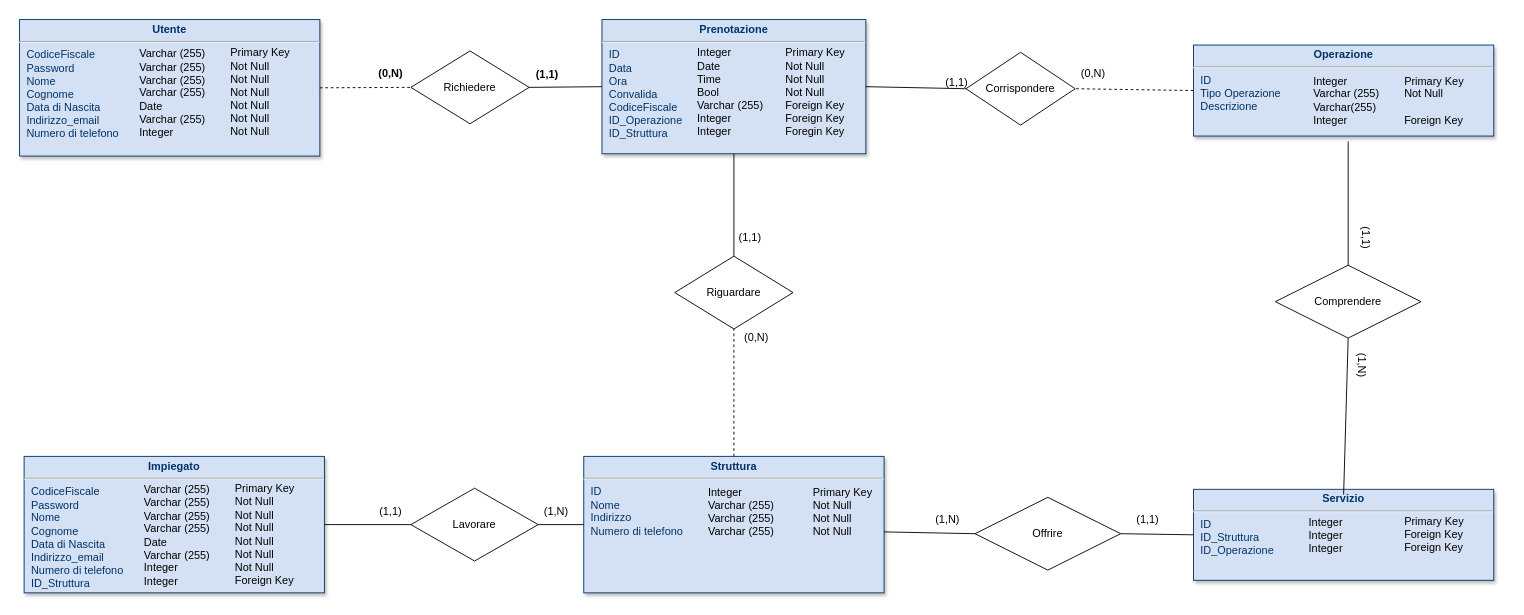
Earlier version of the draw.io diagram Documenti/SDD/DataBase/Database.drawio (Givaa/MedQueue). Source tidied: cells renumbered, new cells numbered last; positions are measured from the earlier drawing's top-left corner, leaving out a move shared by most shapes. Both pictures are drawn from the tidied source at 91%, with x=0, y=0 at pixel (19, 19).
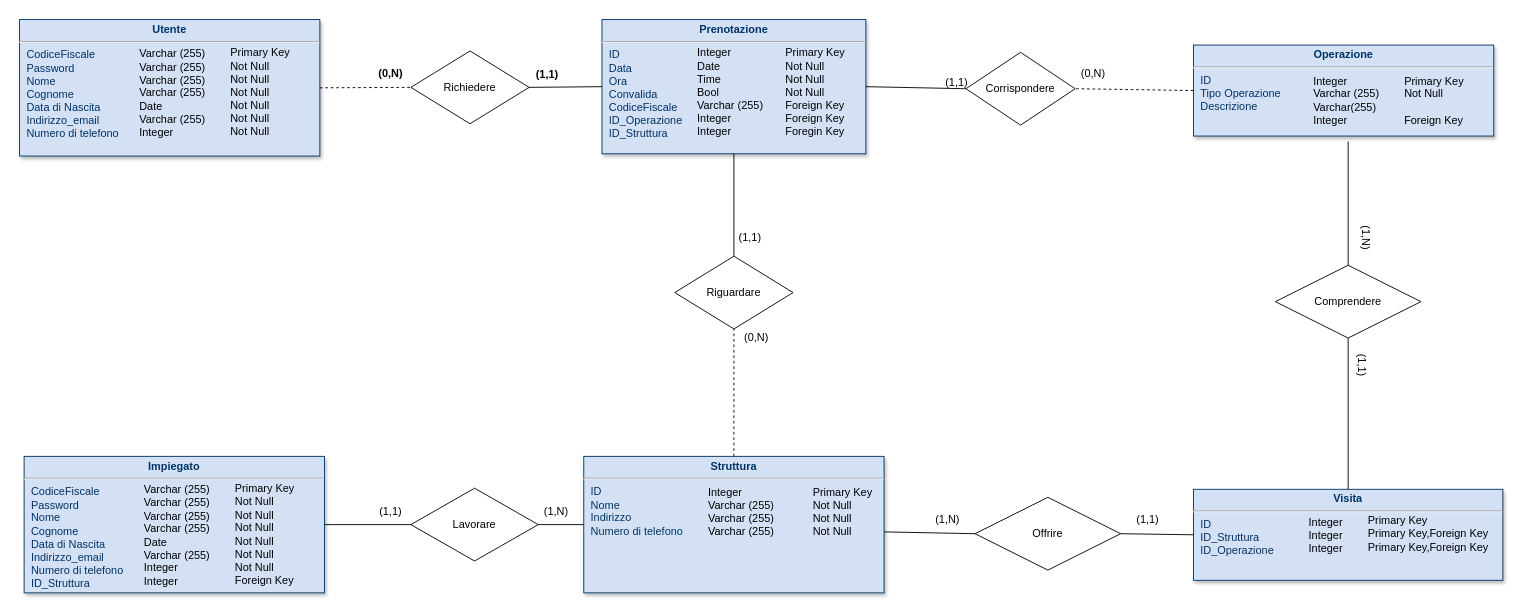
Above is the later version.

Unchanged cells that the change refers to:
```xml
<mxCell id="39" value="Integer&lt;br&gt;Integer&lt;br&gt;Integer" style="rounded=0;whiteSpace=wrap;html=1;fillColor=none;align=left;strokeColor=none;" parent="1" vertex="1">
  <mxGeometry x="1415" y="522" width="80" height="90" as="geometry" />
</mxCell>
<mxCell id="44" value="Comprendere" style="rhombus;whiteSpace=wrap;html=1;" parent="1" vertex="1">
  <mxGeometry x="1380" y="270" width="160" height="80" as="geometry" />
</mxCell>
```

The edit, as a diff of the source:
```diff
@@
-    <mxCell id="38" value="&lt;p style=&quot;margin: 4px 0px 0px ; text-align: center&quot;&gt;&lt;b&gt;Servizio&lt;/b&gt;&lt;/p&gt;&lt;hr&gt;&lt;p style=&quot;margin: 0px ; margin-left: 8px&quot;&gt;ID&lt;/p&gt;&lt;p style=&quot;margin: 0px ; margin-left: 8px&quot;&gt;ID_Struttura&lt;/p&gt;&lt;p style=&quot;margin: 0px ; margin-left: 8px&quot;&gt;ID_Operazione&lt;/p&gt;" style="verticalAlign=top;align=left;overflow=fill;fontSize=12;fontFamily=Helvetica;html=1;strokeColor=#003366;shadow=1;fillColor=#D4E1F5;fontColor=#003366;" parent="1" vertex="1">
-      <mxGeometry x="1290" y="516.2" width="330" height="100" as="geometry" />
+    <mxCell id="38" value="&lt;p style=&quot;margin: 4px 0px 0px ; text-align: center&quot;&gt;&lt;b&gt;Visita&lt;/b&gt;&lt;/p&gt;&lt;hr&gt;&lt;p style=&quot;margin: 0px ; margin-left: 8px&quot;&gt;ID&lt;/p&gt;&lt;p style=&quot;margin: 0px ; margin-left: 8px&quot;&gt;ID_Struttura&lt;/p&gt;&lt;p style=&quot;margin: 0px ; margin-left: 8px&quot;&gt;ID_Operazione&lt;/p&gt;" style="verticalAlign=top;align=left;overflow=fill;fontSize=12;fontFamily=Helvetica;html=1;strokeColor=#003366;shadow=1;fillColor=#D4E1F5;fontColor=#003366;" parent="1" vertex="1">
+      <mxGeometry x="1290" y="516.2" width="340" height="100" as="geometry" />
     </mxCell>
@@
-    <mxCell id="40" value="Primary Key&lt;br&gt;Foreign Key&lt;br&gt;Foreign Key" style="rounded=0;whiteSpace=wrap;html=1;fillColor=none;align=left;strokeColor=none;" parent="1" vertex="1">
-      <mxGeometry x="1520" y="521.2" width="80" height="90" as="geometry" />
+    <mxCell id="40" value="Primary Key&lt;br&gt;Primary Key,Foreign Key&lt;br&gt;Primary Key,Foreign Key" style="rounded=0;whiteSpace=wrap;html=1;fillColor=none;align=left;strokeColor=none;" parent="1" vertex="1">
+      <mxGeometry x="1480" y="520" width="140" height="90" as="geometry" />
     </mxCell>
@@
-    <mxCell id="46" style="endArrow=none;html=1;entryX=0.5;entryY=1;entryDx=0;entryDy=0;exitX=0.5;exitY=0;exitDx=0;exitDy=0;" parent="1" edge="1" source="39" target="44">
+    <mxCell id="46" style="endArrow=none;html=1;entryX=0.5;entryY=1;entryDx=0;entryDy=0;exitX=0.5;exitY=0;exitDx=0;exitDy=0;" parent="1" edge="1" source="38" target="44">
       <mxGeometry relative="1" as="geometry" />
     </mxCell>
@@
-    <mxCell id="49" value="(1,N)" style="text;html=1;strokeColor=none;fillColor=none;align=center;verticalAlign=middle;whiteSpace=wrap;rounded=0;rotation=90;" parent="1" vertex="1">
+    <mxCell id="49" value="(1,1)" style="text;html=1;strokeColor=none;fillColor=none;align=center;verticalAlign=middle;whiteSpace=wrap;rounded=0;rotation=90;" parent="1" vertex="1">
       <mxGeometry x="1455" y="370" width="40" height="20" as="geometry" />
     </mxCell>
-    <mxCell id="50" value="(1,1)" style="text;html=1;strokeColor=none;fillColor=none;align=center;verticalAlign=middle;whiteSpace=wrap;rounded=0;rotation=90;" parent="1" vertex="1">
+    <mxCell id="50" value="(1,N)" style="text;html=1;strokeColor=none;fillColor=none;align=center;verticalAlign=middle;whiteSpace=wrap;rounded=0;rotation=90;" parent="1" vertex="1">
       <mxGeometry x="1460" y="230" width="40" height="20" as="geometry" />
     </mxCell>
```
